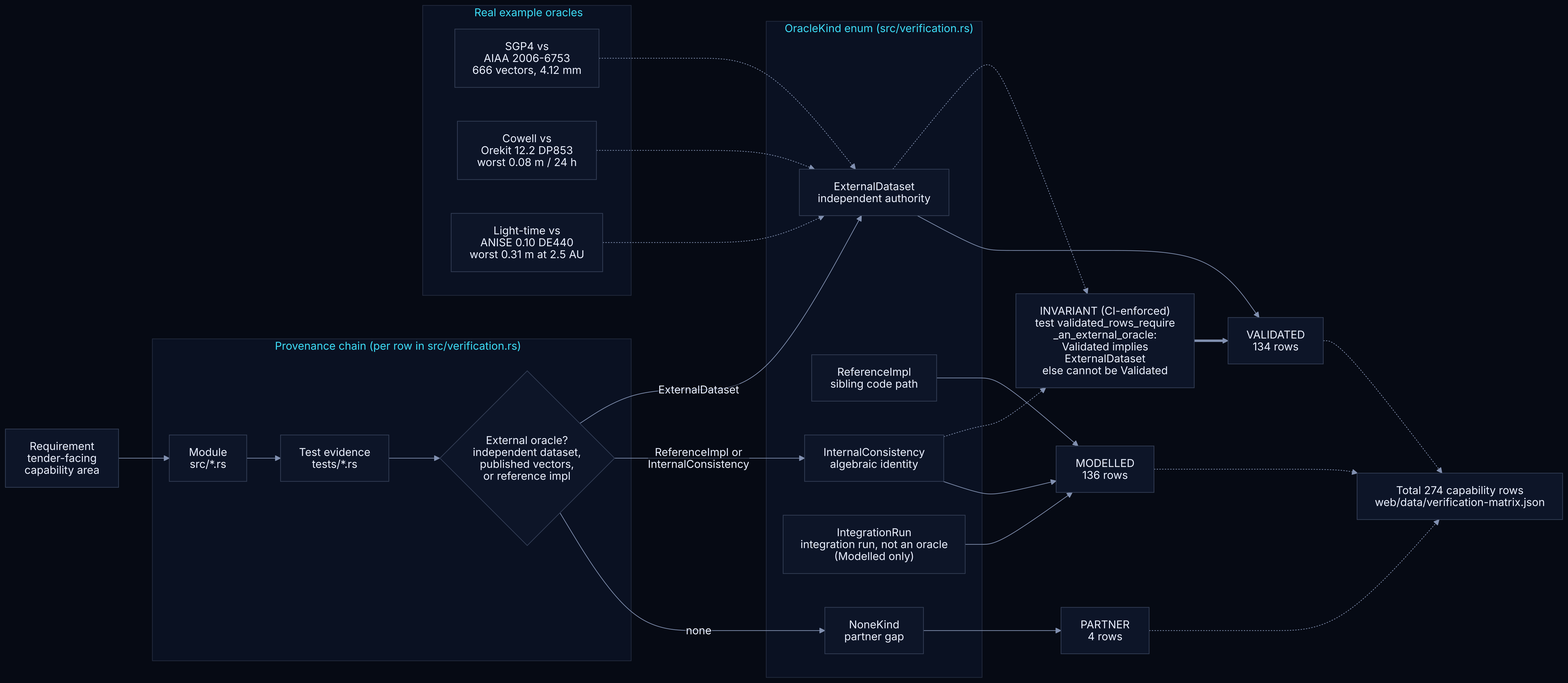
This is docs/assets/diagrams/validation-provenance.png from ashfordeOU/kshana, a Mermaid export, as it was before one commit. Its source is kept beside it as docs/diagrams/validation-provenance.mmd.
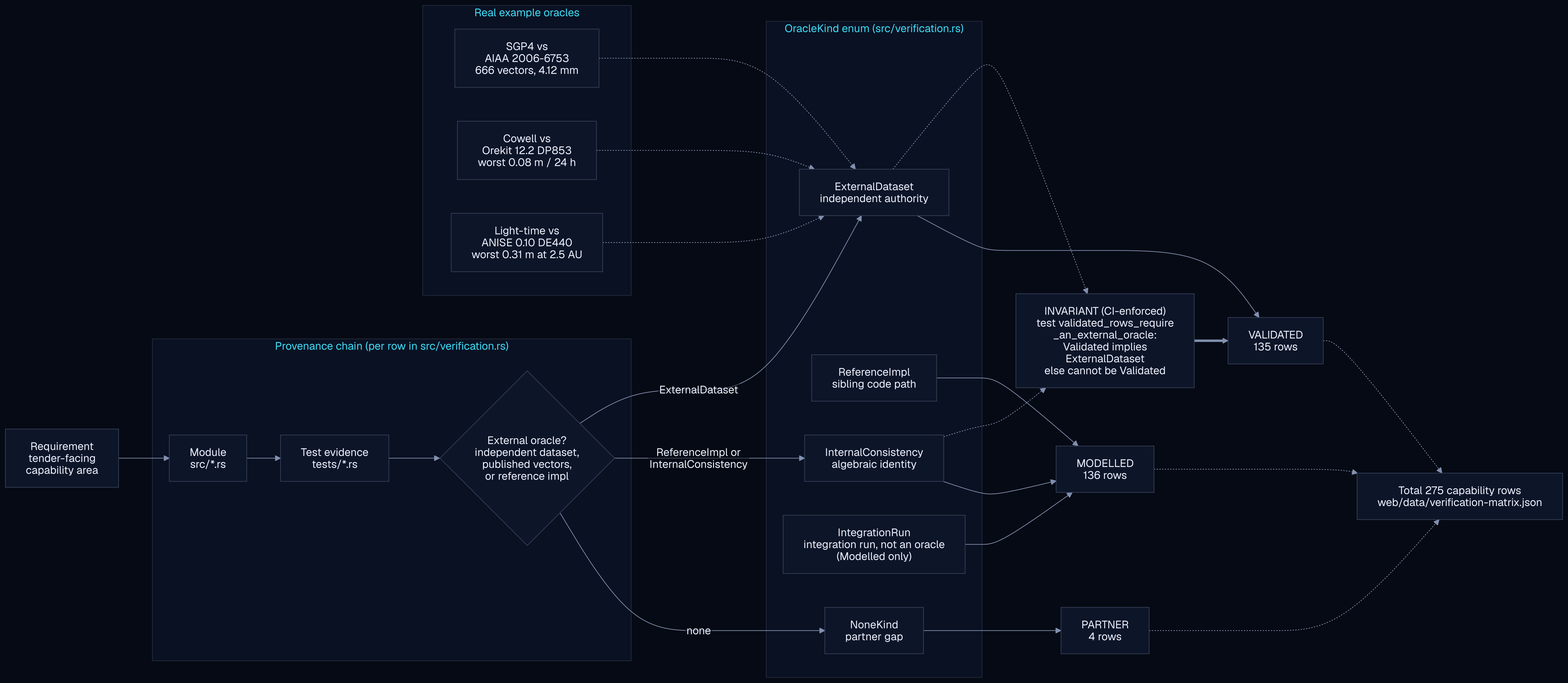
After the change.

What changed in the source:
```diff
@@ -27,7 +27,7 @@
     EXT -.-> GUARD
     INT -.-> GUARD
 
-    EXT --> VAL["VALIDATED<br/>134 rows"]
+    EXT --> VAL["VALIDATED<br/>135 rows"]
     REF --> MDL["MODELLED<br/>136 rows"]
     INT --> MDL
     IRN --> MDL
@@ -45,7 +45,7 @@
     E2 -.-> EXT
     E3 -.-> EXT
 
-    TOTAL["Total 274 capability rows<br/>web/data/verification-matrix.json"]
+    TOTAL["Total 275 capability rows<br/>web/data/verification-matrix.json"]
     VAL -.-> TOTAL
     MDL -.-> TOTAL
     PRT -.-> TOTAL
```
